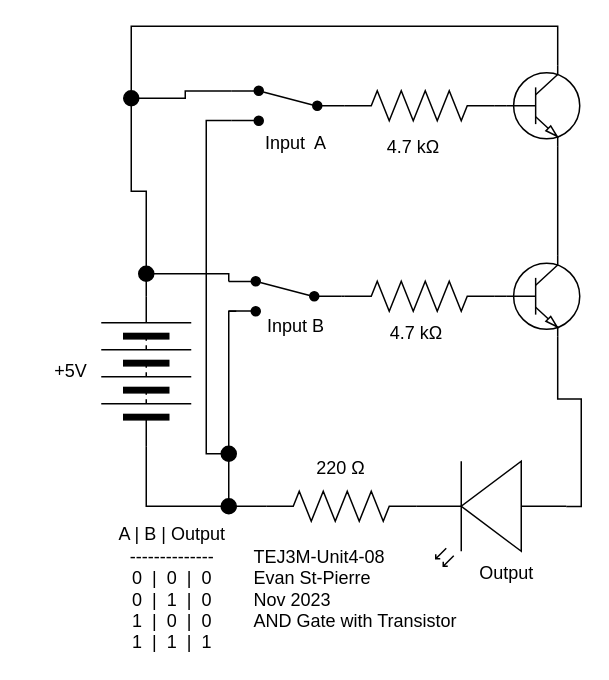
This is Unit4-08/Unit4-08.drawio from Evan-St-Pierre/TEJ3M-Unit4, a draw.io file, before an edit. Source tidied: cells renumbered, new cells numbered last; positions are measured from the earlier drawing's top-left corner, leaving out a move shared by most shapes. Both pictures are drawn from the tidied source at 150%, with x=0, y=0 at pixel (26, 26).
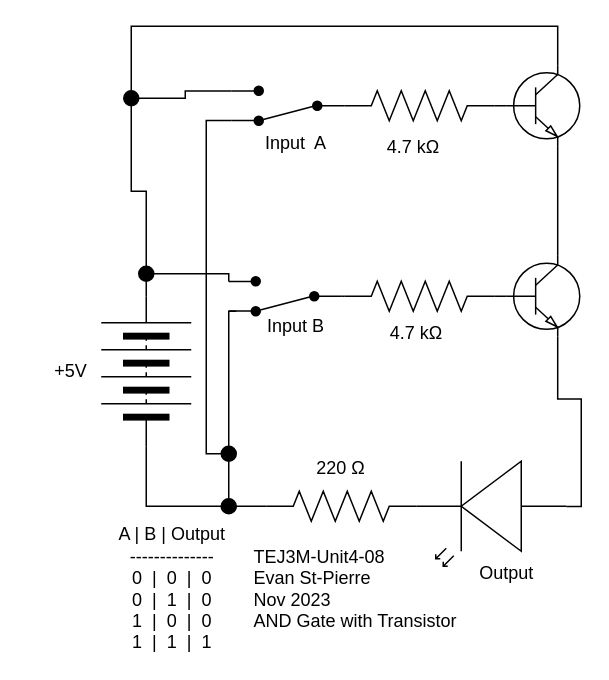
The same page after the edit.

What changed in the source:
```diff
@@
-    <mxCell id="22" style="shape=mxgraph.electrical.electro-mechanical.twoWaySwitch;elSwitchState=2;fillColor=#000000;rotation=-180;flipV=1;flipH=0;" parent="1" vertex="1">
+    <mxCell id="22" style="shape=mxgraph.electrical.electro-mechanical.twoWaySwitch;elSwitchState=2;fillColor=#000000;rotation=-180;flipV=0;flipH=0;" parent="1" vertex="1">
       <mxGeometry x="135" y="167" width="75" height="26" as="geometry" />
     </mxCell>
@@
-    <mxCell id="33" style="shape=mxgraph.electrical.electro-mechanical.twoWaySwitch;elSwitchState=2;fillColor=#000000;rotation=-180;flipV=1;flipH=0;" parent="1" vertex="1">
+    <mxCell id="33" style="shape=mxgraph.electrical.electro-mechanical.twoWaySwitch;elSwitchState=2;fillColor=#000000;rotation=-180;flipV=0;flipH=0;" parent="1" vertex="1">
       <mxGeometry x="137" y="40" width="75" height="26" as="geometry" />
     </mxCell>
```
